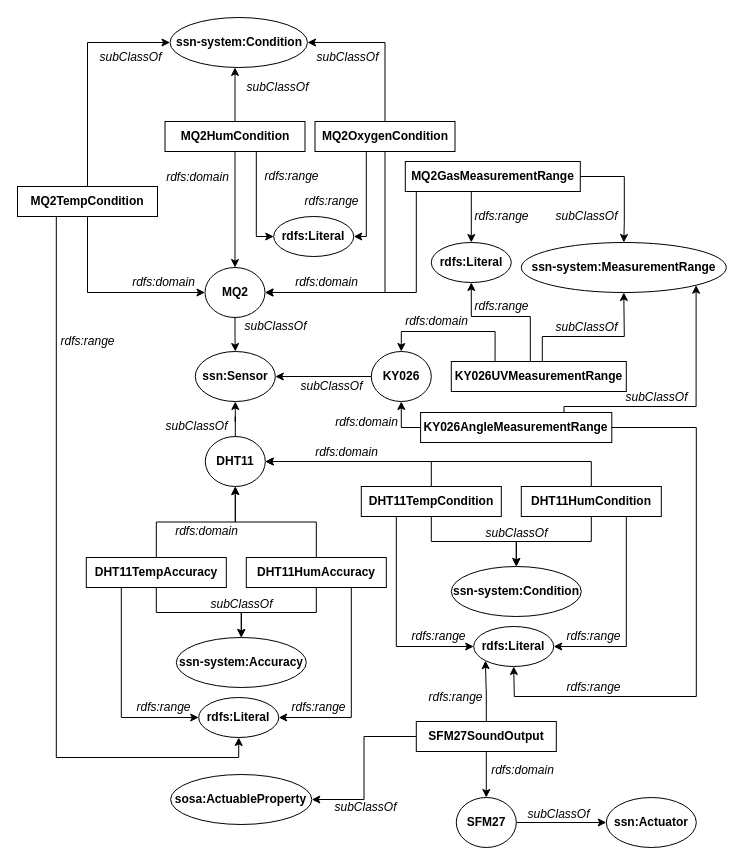
Earlier version of the draw.io diagram page "rdfs" (6 of 6) of assignment_2/doc/Untitled Diagram.drawio (paganellif/ws-project-paganelli-2021). Source tidied: cells renumbered, new cells numbered last; positions are measured from the earlier drawing's top-left corner, leaving out a move shared by most shapes. Both pictures are drawn from the tidied source at 100%, with x=0, y=0 at pixel (17, 17).
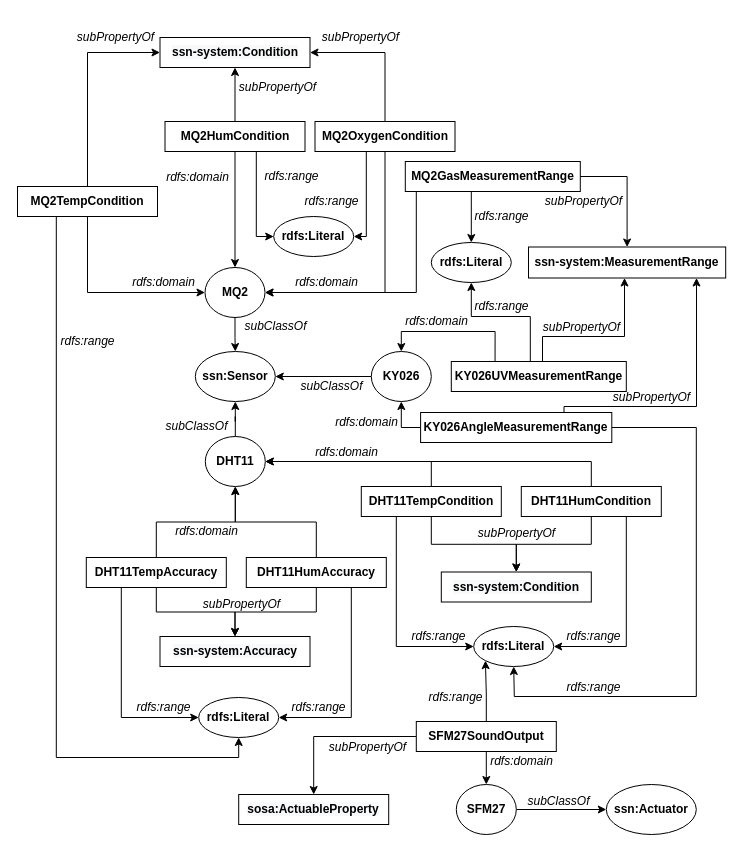
Above is the later version.

Commit message (it also covers changes not shown here):
fix properties hierarchies subPropertyOf

Unchanged cells that the change refers to:
```xml
<mxCell id="32" value="&lt;b&gt;DHT11TempCondition&lt;/b&gt;" style="rounded=0;whiteSpace=wrap;html=1;" parent="1" vertex="1">
  <mxGeometry x="343.8" y="469" width="140" height="30" as="geometry" />
</mxCell>
<mxCell id="35" value="&lt;b&gt;DHT11HumCondition&lt;/b&gt;" style="rounded=0;whiteSpace=wrap;html=1;" parent="1" vertex="1">
  <mxGeometry x="503.8" y="469" width="140" height="30" as="geometry" />
</mxCell>
<mxCell id="47" value="&lt;b&gt;MQ2TempCondition&lt;/b&gt;" style="rounded=0;whiteSpace=wrap;html=1;" parent="1" vertex="1">
  <mxGeometry y="169" width="140" height="30" as="geometry" />
</mxCell>
<mxCell id="50" value="&lt;b&gt;MQ2HumCondition&lt;/b&gt;" style="rounded=0;whiteSpace=wrap;html=1;" parent="1" vertex="1">
  <mxGeometry x="147.5" y="104" width="140" height="30" as="geometry" />
</mxCell>
<mxCell id="58" value="&lt;b&gt;MQ2OxygenCondition&lt;/b&gt;" style="rounded=0;whiteSpace=wrap;html=1;" parent="1" vertex="1">
  <mxGeometry x="297.5" y="104" width="140" height="30" as="geometry" />
</mxCell>
<mxCell id="69" value="&lt;b&gt;MQ2GasMeasurementRange&lt;/b&gt;" style="rounded=0;whiteSpace=wrap;html=1;" parent="1" vertex="1">
  <mxGeometry x="387.8" y="144" width="175" height="30" as="geometry" />
</mxCell>
<mxCell id="77" value="&lt;b&gt;KY026UVMeasurementRange&lt;/b&gt;" style="rounded=0;whiteSpace=wrap;html=1;" parent="1" vertex="1">
  <mxGeometry x="433.8" y="344" width="175" height="30" as="geometry" />
</mxCell>
<mxCell id="81" value="&lt;b&gt;KY026AngleMeasurementRange&lt;/b&gt;" style="rounded=0;whiteSpace=wrap;html=1;" parent="1" vertex="1">
  <mxGeometry x="403.1" y="395" width="191.2" height="30" as="geometry" />
</mxCell>
<mxCell id="92" value="&lt;b&gt;SFM27SoundOutput&lt;/b&gt;" style="rounded=0;whiteSpace=wrap;html=1;" parent="1" vertex="1">
  <mxGeometry x="398.8" y="704" width="140" height="30" as="geometry" />
</mxCell>
```

The edit, as a diff of the source:
```diff
@@
     <mxCell id="5" value="&lt;b&gt;SFM27&lt;/b&gt;" style="ellipse;whiteSpace=wrap;html=1;" parent="1" vertex="1">
-      <mxGeometry x="438.8" y="780" width="60" height="50" as="geometry" />
+      <mxGeometry x="438.8" y="767" width="60" height="50" as="geometry" />
     </mxCell>
@@
     <mxCell id="10" value="&lt;b&gt;ssn:Actuator&lt;/b&gt;" style="ellipse;whiteSpace=wrap;html=1;" parent="1" vertex="1">
-      <mxGeometry x="588.8" y="780" width="90" height="50" as="geometry" />
+      <mxGeometry x="588.8" y="767" width="90" height="50" as="geometry" />
     </mxCell>
     <mxCell id="11" value="&lt;i&gt;subClassOf&lt;/i&gt;" style="text;html=1;align=center;verticalAlign=middle;strokeColor=none;" parent="1" vertex="1">
-      <mxGeometry x="501" y="787" width="80" height="20" as="geometry" />
+      <mxGeometry x="501" y="774" width="80" height="20" as="geometry" />
     </mxCell>
@@
-    <mxCell id="22" value="ssn-system:Accuracy" style="ellipse;whiteSpace=wrap;html=1;fontStyle=1;" parent="1" vertex="1">
-      <mxGeometry x="158.8" y="620" width="130" height="50" as="geometry" />
-    </mxCell>
-    <mxCell id="23" value="&lt;i&gt;subClassOf&lt;/i&gt;" style="text;html=1;align=center;verticalAlign=middle;strokeColor=none;" parent="1" vertex="1">
-      <mxGeometry x="183.8" y="577" width="80" height="20" as="geometry" />
+    <mxCell id="23" value="&lt;i&gt;subPropertyOf&lt;/i&gt;" style="text;html=1;align=center;verticalAlign=middle;strokeColor=none;" parent="1" vertex="1">
+      <mxGeometry x="178.8" y="577" width="90" height="20" as="geometry" />
     </mxCell>
@@
-    <mxCell id="31" style="edgeStyle=orthogonalEdgeStyle;rounded=0;jettySize=auto;html=1;" parent="1" edge="1" source="32" target="36">
+    <mxCell id="31" style="edgeStyle=orthogonalEdgeStyle;rounded=0;jettySize=auto;html=1;" parent="1" edge="1" source="32" target="98">
       <mxGeometry relative="1" as="geometry" />
     </mxCell>
@@
-    <mxCell id="36" value="ssn-system:Condition" style="ellipse;whiteSpace=wrap;html=1;fontStyle=1;" parent="1" vertex="1">
-      <mxGeometry x="433.8" y="549" width="130" height="50" as="geometry" />
-    </mxCell>
-    <mxCell id="37" value="&lt;i&gt;subClassOf&lt;/i&gt;" style="text;html=1;align=center;verticalAlign=middle;strokeColor=none;" parent="1" vertex="1">
-      <mxGeometry x="458.8" y="506" width="80" height="20" as="geometry" />
+    <mxCell id="37" value="&lt;i&gt;subPropertyOf&lt;/i&gt;" style="text;html=1;align=center;verticalAlign=middle;strokeColor=none;" parent="1" vertex="1">
+      <mxGeometry x="453.8" y="506" width="90" height="20" as="geometry" />
     </mxCell>
@@
-    <mxCell id="40" style="edgeStyle=orthogonalEdgeStyle;rounded=0;jettySize=auto;html=1;exitX=0.5;exitY=1;exitDx=0;exitDy=0;" parent="1" edge="1" source="35" target="36">
+    <mxCell id="40" style="edgeStyle=orthogonalEdgeStyle;rounded=0;jettySize=auto;html=1;exitX=0.5;exitY=1;exitDx=0;exitDy=0;" parent="1" edge="1" source="35" target="98">
       <mxGeometry relative="1" as="geometry" />
     </mxCell>
@@
-    <mxCell id="45" style="edgeStyle=orthogonalEdgeStyle;rounded=0;jettySize=auto;html=1;exitX=0.5;exitY=0;exitDx=0;exitDy=0;entryX=0;entryY=0.5;entryDx=0;entryDy=0;" parent="1" edge="1" source="47" target="51">
+    <mxCell id="45" style="edgeStyle=orthogonalEdgeStyle;rounded=0;jettySize=auto;html=1;exitX=0.5;exitY=0;exitDx=0;exitDy=0;" parent="1" edge="1" source="47" target="97">
       <mxGeometry relative="1" as="geometry">
         <Array as="points">
-          <mxPoint x="69.8" y="25" />
+          <mxPoint x="70" y="35" />
         </Array>
       </mxGeometry>
     </mxCell>
@@
-    <mxCell id="51" value="ssn-system:Condition" style="ellipse;whiteSpace=wrap;html=1;fontStyle=1;" parent="1" vertex="1">
-      <mxGeometry x="152.5" width="137.5" height="50" as="geometry" />
-    </mxCell>
-    <mxCell id="52" value="&lt;i&gt;subClassOf&lt;/i&gt;" style="text;html=1;align=center;verticalAlign=middle;strokeColor=none;" parent="1" vertex="1">
-      <mxGeometry x="220" y="60" width="80" height="20" as="geometry" />
+    <mxCell id="52" value="&lt;i&gt;subPropertyOf&lt;/i&gt;" style="text;html=1;align=center;verticalAlign=middle;strokeColor=none;" parent="1" vertex="1">
+      <mxGeometry x="215" y="60" width="90" height="20" as="geometry" />
     </mxCell>
@@
-    <mxCell id="54" style="edgeStyle=orthogonalEdgeStyle;rounded=0;jettySize=auto;html=1;" parent="1" edge="1" source="50" target="51">
-      <mxGeometry relative="1" as="geometry">
-        <Array as="points">
-          <mxPoint x="218" y="60" />
-          <mxPoint x="218" y="60" />
-        </Array>
-      </mxGeometry>
+    <mxCell id="54" style="edgeStyle=orthogonalEdgeStyle;rounded=0;jettySize=auto;html=1;" parent="1" edge="1" source="50" target="97">
+      <mxGeometry relative="1" as="geometry" />
     </mxCell>
@@
-    <mxCell id="57" style="edgeStyle=orthogonalEdgeStyle;rounded=0;jettySize=auto;html=1;entryX=1;entryY=0.5;entryDx=0;entryDy=0;exitX=0.5;exitY=0;exitDx=0;exitDy=0;" parent="1" edge="1" source="58" target="51">
+    <mxCell id="57" style="edgeStyle=orthogonalEdgeStyle;rounded=0;jettySize=auto;html=1;exitX=0.5;exitY=0;exitDx=0;exitDy=0;" parent="1" edge="1" source="58" target="97">
       <mxGeometry relative="1" as="geometry">
         <Array as="points">
-          <mxPoint x="368" y="25" />
+          <mxPoint x="368" y="35" />
         </Array>
       </mxGeometry>
     </mxCell>
@@
-    <mxCell id="59" value="&lt;i&gt;subClassOf&lt;/i&gt;" style="text;html=1;align=center;verticalAlign=middle;strokeColor=none;" parent="1" vertex="1">
-      <mxGeometry x="72.5" y="30" width="80" height="20" as="geometry" />
+    <mxCell id="59" value="&lt;i&gt;subPropertyOf&lt;/i&gt;" style="text;html=1;align=center;verticalAlign=middle;strokeColor=none;" parent="1" vertex="1">
+      <mxGeometry x="52.5" y="10" width="90" height="20" as="geometry" />
     </mxCell>
-    <mxCell id="60" value="&lt;i&gt;subClassOf&lt;/i&gt;" style="text;html=1;align=center;verticalAlign=middle;strokeColor=none;" parent="1" vertex="1">
-      <mxGeometry x="290" y="30" width="80" height="20" as="geometry" />
+    <mxCell id="60" value="&lt;i&gt;subPropertyOf&lt;/i&gt;" style="text;html=1;align=center;verticalAlign=middle;strokeColor=none;" parent="1" vertex="1">
+      <mxGeometry x="297.8" y="10" width="90" height="20" as="geometry" />
     </mxCell>
@@
-    <mxCell id="70" value="ssn-system:MeasurementRange" style="ellipse;whiteSpace=wrap;html=1;fontStyle=1;" parent="1" vertex="1">
-      <mxGeometry x="503.8" y="225" width="205" height="50" as="geometry" />
-    </mxCell>
-    <mxCell id="71" value="&lt;i&gt;subClassOf&lt;/i&gt;" style="text;html=1;align=center;verticalAlign=middle;strokeColor=none;" parent="1" vertex="1">
-      <mxGeometry x="528.8" y="189" width="80" height="20" as="geometry" />
+    <mxCell id="71" value="&lt;i&gt;subPropertyOf&lt;/i&gt;" style="text;html=1;align=center;verticalAlign=middle;strokeColor=none;" parent="1" vertex="1">
+      <mxGeometry x="521.2" y="174" width="90" height="20" as="geometry" />
     </mxCell>
     <mxCell id="72" style="edgeStyle=orthogonalEdgeStyle;rounded=0;jettySize=auto;html=1;entryX=0.5;entryY=0;entryDx=0;entryDy=0;" parent="1" edge="1" source="69" target="70">
       <mxGeometry relative="1" as="geometry">
         <Array as="points">
-          <mxPoint x="606.8" y="159" />
-          <mxPoint x="606.8" y="205" />
+          <mxPoint x="610" y="159" />
         </Array>
       </mxGeometry>
     </mxCell>
@@
     <mxCell id="75" style="edgeStyle=orthogonalEdgeStyle;rounded=0;jettySize=auto;html=1;" parent="1" edge="1" source="77" target="70">
       <mxGeometry relative="1" as="geometry">
         <Array as="points">
-          <mxPoint x="524.8" y="319" />
-          <mxPoint x="606.8" y="319" />
+          <mxPoint x="525" y="319" />
+          <mxPoint x="607" y="319" />
         </Array>
       </mxGeometry>
     </mxCell>
@@
-    <mxCell id="79" style="edgeStyle=orthogonalEdgeStyle;rounded=0;jettySize=auto;html=1;entryX=1;entryY=1;entryDx=0;entryDy=0;exitX=0.75;exitY=0;exitDx=0;exitDy=0;" parent="1" edge="1" source="81" target="70">
+    <mxCell id="79" style="edgeStyle=orthogonalEdgeStyle;rounded=0;jettySize=auto;html=1;exitX=0.75;exitY=0;exitDx=0;exitDy=0;" parent="1" edge="1" source="81" target="70">
       <mxGeometry relative="1" as="geometry">
         <Array as="points">
-          <mxPoint x="546.8" y="389" />
-          <mxPoint x="678.8" y="389" />
+          <mxPoint x="547" y="389" />
+          <mxPoint x="679" y="389" />
         </Array>
       </mxGeometry>
     </mxCell>
@@
-    <mxCell id="84" value="&lt;i&gt;subClassOf&lt;/i&gt;" style="text;html=1;align=center;verticalAlign=middle;strokeColor=none;" parent="1" vertex="1">
-      <mxGeometry x="528.8" y="300" width="80" height="20" as="geometry" />
+    <mxCell id="84" value="&lt;i&gt;subPropertyOf&lt;/i&gt;" style="text;html=1;align=center;verticalAlign=middle;strokeColor=none;" parent="1" vertex="1">
+      <mxGeometry x="518.8" y="300" width="90" height="20" as="geometry" />
     </mxCell>
@@
-    <mxCell id="87" value="&lt;i&gt;subClassOf&lt;/i&gt;" style="text;html=1;align=center;verticalAlign=middle;strokeColor=none;" parent="1" vertex="1">
-      <mxGeometry x="598.8" y="370" width="80" height="20" as="geometry" />
+    <mxCell id="87" value="&lt;i&gt;subPropertyOf&lt;/i&gt;" style="text;html=1;align=center;verticalAlign=middle;strokeColor=none;" parent="1" vertex="1">
+      <mxGeometry x="588.8" y="370" width="90" height="20" as="geometry" />
     </mxCell>
@@
-    <mxCell id="91" style="edgeStyle=orthogonalEdgeStyle;rounded=0;jettySize=auto;html=1;entryX=1;entryY=0.5;entryDx=0;entryDy=0;" parent="1" edge="1" source="92" target="95">
+    <mxCell id="91" style="edgeStyle=orthogonalEdgeStyle;rounded=0;jettySize=auto;html=1;" parent="1" edge="1" source="92" target="95">
       <mxGeometry relative="1" as="geometry" />
     </mxCell>
@@
     <mxCell id="93" value="&lt;i&gt;rdfs:domain&lt;/i&gt;" style="text;html=1;align=center;verticalAlign=middle;strokeColor=none;" parent="1" vertex="1">
-      <mxGeometry x="465" y="743" width="80" height="20" as="geometry" />
+      <mxGeometry x="463.8" y="734" width="80" height="20" as="geometry" />
     </mxCell>
@@
+    <mxCell id="96" value="&lt;i&gt;subPropertyOf&lt;/i&gt;" style="text;html=1;align=center;verticalAlign=middle;strokeColor=none;" parent="1" vertex="1">
+      <mxGeometry x="305" y="720" width="90" height="20" as="geometry" />
+    </mxCell>
+    <mxCell id="70" value="&lt;span style=&quot;font-weight: 700&quot;&gt;ssn-system:MeasurementRange&lt;/span&gt;" style="rounded=0;whiteSpace=wrap;html=1;" parent="1" vertex="1">
+      <mxGeometry x="511" y="229.5" width="197.2" height="31" as="geometry" />
+    </mxCell>
+    <mxCell id="97" value="&lt;span style=&quot;color: rgb(0, 0, 0); font-family: helvetica; font-size: 12px; font-style: normal; font-weight: 700; letter-spacing: normal; text-align: center; text-indent: 0px; text-transform: none; word-spacing: 0px; background-color: rgb(248, 249, 250); display: inline; float: none;&quot;&gt;ssn-system:Condition&lt;/span&gt;" style="rounded=0;whiteSpace=wrap;html=1;" parent="1" vertex="1">
+      <mxGeometry x="142.5" y="20" width="150" height="30" as="geometry" />
+    </mxCell>
+    <mxCell id="98" value="&lt;span style=&quot;color: rgb(0, 0, 0); font-family: helvetica; font-size: 12px; font-style: normal; font-weight: 700; letter-spacing: normal; text-align: center; text-indent: 0px; text-transform: none; word-spacing: 0px; background-color: rgb(248, 249, 250); display: inline; float: none;&quot;&gt;ssn-system:Condition&lt;/span&gt;" style="rounded=0;whiteSpace=wrap;html=1;" parent="1" vertex="1">
+      <mxGeometry x="423.8" y="554.5" width="150" height="30" as="geometry" />
+    </mxCell>
+    <mxCell id="22" value="&lt;span style=&quot;color: rgb(0 , 0 , 0) ; font-family: &amp;#34;helvetica&amp;#34; ; font-size: 12px ; font-style: normal ; font-weight: 700 ; letter-spacing: normal ; text-align: center ; text-indent: 0px ; text-transform: none ; word-spacing: 0px ; background-color: rgb(248 , 249 , 250) ; display: inline ; float: none&quot;&gt;ssn-system:Accuracy&lt;/span&gt;" style="rounded=0;whiteSpace=wrap;html=1;" parent="1" vertex="1">
+      <mxGeometry x="142.5" y="619" width="150" height="30" as="geometry" />
+    </mxCell>
-    <mxCell id="95" value="sosa:ActuableProperty" style="ellipse;whiteSpace=wrap;html=1;fontStyle=1;" parent="1" vertex="1">
-      <mxGeometry x="153.1" y="757" width="141.2" height="50" as="geometry" />
+    <mxCell id="95" value="&lt;span style=&quot;color: rgb(0, 0, 0); font-family: helvetica; font-size: 12px; font-style: normal; font-weight: 700; letter-spacing: normal; text-align: center; text-indent: 0px; text-transform: none; word-spacing: 0px; background-color: rgb(248, 249, 250); display: inline; float: none;&quot;&gt;sosa:ActuableProperty&lt;/span&gt;" style="rounded=0;whiteSpace=wrap;html=1;" parent="1" vertex="1">
+      <mxGeometry x="221.2" y="777" width="150" height="30" as="geometry" />
     </mxCell>
-    <mxCell id="96" value="&lt;i&gt;subClassOf&lt;/i&gt;" style="text;html=1;align=center;verticalAlign=middle;strokeColor=none;" parent="1" vertex="1">
-      <mxGeometry x="307.8" y="780" width="80" height="20" as="geometry" />
-    </mxCell>
```
